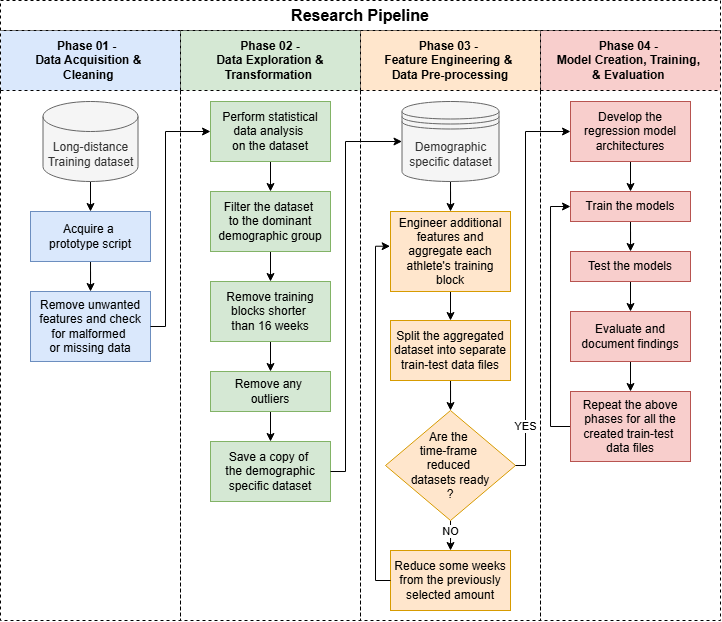
The draw.io diagram doc/milestone_02/reserach_pipeline_milestone_02.png in miguelabela03/RD2_SWD63A_MiguelAbela, before a commit. Source tidied: cells renumbered, new cells last; positions are measured from the earlier drawing's top-left corner, leaving out a move shared by most shapes. Source of this version:
```xml
<mxGraphModel>
  <root>
    <mxCell id="0" />
    <mxCell id="1" parent="0" />
    <mxCell id="2" value="Phase 01 -&amp;nbsp;&amp;nbsp;&lt;div&gt;Data Acquisition &amp;amp;&amp;nbsp;&lt;/div&gt;&lt;div&gt;Cleaning&amp;nbsp;&lt;/div&gt;" style="swimlane;whiteSpace=wrap;html=1;startSize=60;fillColor=#dae8fc;strokeColor=#000000;dashed=1;" parent="1" vertex="1">
      <mxGeometry y="30" width="180" height="590" as="geometry" />
    </mxCell>
    <mxCell id="3" style="edgeStyle=orthogonalEdgeStyle;rounded=0;jettySize=auto;html=1;exitX=0.5;exitY=1;exitDx=0;exitDy=0;exitPerimeter=0;entryX=0.5;entryY=0;entryDx=0;entryDy=0;" parent="2" edge="1" source="4" target="6">
      <mxGeometry relative="1" as="geometry" />
    </mxCell>
    <mxCell id="4" value="Long-distance Training dataset" style="shape=cylinder3;whiteSpace=wrap;html=1;boundedLbl=1;backgroundOutline=1;size=15;fillColor=#f5f5f5;fontColor=#333333;strokeColor=#666666;" parent="2" vertex="1">
      <mxGeometry x="42.5" y="71" width="95" height="80" as="geometry" />
    </mxCell>
    <mxCell id="5" style="edgeStyle=orthogonalEdgeStyle;rounded=0;jettySize=auto;html=1;" parent="2" edge="1" source="6" target="7">
      <mxGeometry relative="1" as="geometry" />
    </mxCell>
    <mxCell id="6" value="Acquire a&amp;nbsp;&lt;div&gt;prototype script&lt;/div&gt;" style="rounded=0;whiteSpace=wrap;html=1;fillColor=#dae8fc;strokeColor=#6c8ebf;" parent="2" vertex="1">
      <mxGeometry x="30" y="181" width="120" height="50" as="geometry" />
    </mxCell>
    <mxCell id="7" value="Remove unwanted features and check for malformed&amp;nbsp;&lt;div&gt;or missing data&lt;/div&gt;" style="rounded=0;whiteSpace=wrap;html=1;fillColor=#dae8fc;strokeColor=#6c8ebf;" parent="2" vertex="1">
      <mxGeometry x="30" y="261" width="120" height="70" as="geometry" />
    </mxCell>
    <mxCell id="8" value="&lt;b&gt;&lt;font style=&quot;font-size: 16px;&quot;&gt;Research Pipeline&lt;/font&gt;&lt;/b&gt;" style="rounded=0;whiteSpace=wrap;html=1;dashed=1;" parent="1" vertex="1">
      <mxGeometry width="720" height="30" as="geometry" />
    </mxCell>
    <mxCell id="9" value="Phase 02 -&lt;div&gt;Data Exploration &amp;amp; Transformation&amp;nbsp;&lt;/div&gt;" style="swimlane;whiteSpace=wrap;html=1;startSize=60;fillColor=#d5e8d4;strokeColor=#000000;dashed=1;" parent="1" vertex="1">
      <mxGeometry x="180" y="30" width="180" height="590" as="geometry" />
    </mxCell>
    <mxCell id="10" style="edgeStyle=orthogonalEdgeStyle;rounded=0;jettySize=auto;html=1;exitX=0.5;exitY=1;exitDx=0;exitDy=0;entryX=0.5;entryY=0;entryDx=0;entryDy=0;" parent="9" edge="1" source="11" target="13">
      <mxGeometry relative="1" as="geometry" />
    </mxCell>
    <mxCell id="11" value="Perform statistical data analysis&amp;nbsp;&lt;div&gt;on the dataset&lt;/div&gt;" style="rounded=0;whiteSpace=wrap;html=1;fillColor=#d5e8d4;strokeColor=#82b366;" parent="9" vertex="1">
      <mxGeometry x="30" y="71" width="120" height="60" as="geometry" />
    </mxCell>
    <mxCell id="12" style="edgeStyle=orthogonalEdgeStyle;rounded=0;jettySize=auto;html=1;exitX=0.5;exitY=1;exitDx=0;exitDy=0;entryX=0.5;entryY=0;entryDx=0;entryDy=0;" parent="9" edge="1" source="13" target="15">
      <mxGeometry relative="1" as="geometry" />
    </mxCell>
    <mxCell id="13" value="Filter the dataset&amp;nbsp;&lt;div&gt;to the dominant demographic group&lt;/div&gt;" style="rounded=0;whiteSpace=wrap;html=1;fillColor=#d5e8d4;strokeColor=#82b366;" parent="9" vertex="1">
      <mxGeometry x="30" y="161" width="120" height="60" as="geometry" />
    </mxCell>
    <mxCell id="14" style="edgeStyle=orthogonalEdgeStyle;rounded=0;jettySize=auto;html=1;exitX=0.5;exitY=1;exitDx=0;exitDy=0;entryX=0.5;entryY=0;entryDx=0;entryDy=0;" parent="9" edge="1" source="15" target="17">
      <mxGeometry relative="1" as="geometry" />
    </mxCell>
    <mxCell id="15" value="Remove training blocks shorter&amp;nbsp;&lt;div&gt;than 16 weeks&lt;/div&gt;" style="rounded=0;whiteSpace=wrap;html=1;fillColor=#d5e8d4;strokeColor=#82b366;" parent="9" vertex="1">
      <mxGeometry x="30" y="251" width="120" height="60" as="geometry" />
    </mxCell>
    <mxCell id="16" style="edgeStyle=orthogonalEdgeStyle;rounded=0;jettySize=auto;html=1;exitX=0.5;exitY=1;exitDx=0;exitDy=0;entryX=0.5;entryY=0;entryDx=0;entryDy=0;" parent="9" edge="1" source="17" target="18">
      <mxGeometry relative="1" as="geometry" />
    </mxCell>
    <mxCell id="17" value="Remove any&amp;nbsp;&lt;div&gt;outliers&lt;/div&gt;" style="rounded=0;whiteSpace=wrap;html=1;fillColor=#d5e8d4;strokeColor=#82b366;" parent="9" vertex="1">
      <mxGeometry x="30" y="341" width="120" height="40" as="geometry" />
    </mxCell>
    <mxCell id="18" value="Save a copy of&amp;nbsp;&lt;div&gt;the demographic specific dataset&lt;/div&gt;" style="rounded=0;whiteSpace=wrap;html=1;fillColor=#d5e8d4;strokeColor=#82b366;" parent="9" vertex="1">
      <mxGeometry x="30" y="411" width="120" height="60" as="geometry" />
    </mxCell>
    <mxCell id="19" value="Phase 03 -&amp;nbsp;&lt;div&gt;Feature Engineering &amp;amp;&amp;nbsp;&lt;/div&gt;&lt;div&gt;Data Pre-processing&lt;/div&gt;" style="swimlane;whiteSpace=wrap;html=1;startSize=60;fillColor=#ffe6cc;strokeColor=#000000;dashed=1;" parent="1" vertex="1">
      <mxGeometry x="360" y="30" width="180" height="590" as="geometry" />
    </mxCell>
    <mxCell id="20" style="edgeStyle=orthogonalEdgeStyle;rounded=0;jettySize=auto;html=1;exitX=0.5;exitY=1;exitDx=0;exitDy=0;entryX=0.5;entryY=0;entryDx=0;entryDy=0;" parent="19" edge="1" source="21" target="23">
      <mxGeometry relative="1" as="geometry" />
    </mxCell>
    <mxCell id="21" value="Engineer&amp;nbsp;&lt;span style=&quot;background-color: transparent; color: light-dark(rgb(0, 0, 0), rgb(255, 255, 255));&quot;&gt;additional features and aggregate&amp;nbsp;&lt;/span&gt;&lt;span style=&quot;background-color: transparent; color: light-dark(rgb(0, 0, 0), rgb(255, 255, 255));&quot;&gt;each athlete's&amp;nbsp;&lt;/span&gt;&lt;span style=&quot;background-color: transparent; color: light-dark(rgb(0, 0, 0), rgb(255, 255, 255));&quot;&gt;training block&lt;/span&gt;" style="rounded=0;whiteSpace=wrap;html=1;fillColor=#ffe6cc;strokeColor=#d79b00;" parent="19" vertex="1">
      <mxGeometry x="30" y="181" width="120" height="80" as="geometry" />
    </mxCell>
    <mxCell id="22" style="edgeStyle=orthogonalEdgeStyle;rounded=0;jettySize=auto;html=1;" parent="19" edge="1" source="23" target="28">
      <mxGeometry relative="1" as="geometry" />
    </mxCell>
    <mxCell id="23" value="Split the aggregated dataset into separate train-test data files" style="rounded=0;whiteSpace=wrap;html=1;fillColor=#ffe6cc;strokeColor=#d79b00;" parent="19" vertex="1">
      <mxGeometry x="30" y="290" width="120" height="60" as="geometry" />
    </mxCell>
    <mxCell id="24" style="edgeStyle=orthogonalEdgeStyle;rounded=0;jettySize=auto;html=1;" parent="19" edge="1" source="25" target="21">
      <mxGeometry relative="1" as="geometry" />
    </mxCell>
    <mxCell id="25" value="Demographic specific dataset" style="shape=datastore;whiteSpace=wrap;html=1;fillColor=#f5f5f5;fontColor=#333333;strokeColor=#666666;" parent="19" vertex="1">
      <mxGeometry x="41.5" y="71" width="97" height="80" as="geometry" />
    </mxCell>
    <mxCell id="26" style="edgeStyle=orthogonalEdgeStyle;rounded=0;jettySize=auto;html=1;" parent="19" edge="1" source="28" target="29">
      <mxGeometry relative="1" as="geometry" />
    </mxCell>
    <mxCell id="27" value="NO" style="edgeLabel;html=1;align=center;verticalAlign=middle;" parent="26" vertex="1">
      <mxGeometry x="-0.55" relative="1" as="geometry" />
    </mxCell>
    <mxCell id="28" value="Are the&amp;nbsp;&lt;div&gt;time-frame&amp;nbsp;&lt;/div&gt;&lt;div&gt;reduced&amp;nbsp;&lt;/div&gt;&lt;div&gt;datasets ready&lt;div&gt;?&lt;/div&gt;&lt;/div&gt;" style="rhombus;whiteSpace=wrap;html=1;fillColor=#ffe6cc;strokeColor=#d79b00;" parent="19" vertex="1">
      <mxGeometry x="25" y="380" width="130" height="110" as="geometry" />
    </mxCell>
    <mxCell id="29" value="Reduce some weeks from the previously selected amount" style="rounded=0;whiteSpace=wrap;html=1;fillColor=#ffe6cc;strokeColor=#d79b00;" parent="19" vertex="1">
      <mxGeometry x="30" y="520" width="120" height="60" as="geometry" />
    </mxCell>
    <mxCell id="30" style="edgeStyle=orthogonalEdgeStyle;rounded=0;jettySize=auto;html=1;entryX=-0.003;entryY=0.434;entryDx=0;entryDy=0;entryPerimeter=0;" parent="19" edge="1" source="29" target="21">
      <mxGeometry relative="1" as="geometry">
        <Array as="points">
          <mxPoint x="15" y="550" />
          <mxPoint x="15" y="216" />
        </Array>
      </mxGeometry>
    </mxCell>
    <mxCell id="31" value="Phase 04 -&amp;nbsp;&lt;div&gt;Model Creation, Training,&amp;nbsp;&lt;/div&gt;&lt;div&gt;&amp;amp; Evaluation&amp;nbsp;&lt;/div&gt;" style="swimlane;whiteSpace=wrap;html=1;startSize=60;fillColor=#f8cecc;strokeColor=#000000;dashed=1;" parent="1" vertex="1">
      <mxGeometry x="540" y="30" width="180" height="590" as="geometry" />
    </mxCell>
    <mxCell id="32" style="edgeStyle=orthogonalEdgeStyle;rounded=0;jettySize=auto;html=1;exitX=0.5;exitY=1;exitDx=0;exitDy=0;entryX=0.5;entryY=0;entryDx=0;entryDy=0;" parent="31" edge="1" source="33" target="35">
      <mxGeometry relative="1" as="geometry" />
    </mxCell>
    <mxCell id="33" value="Develop the regression model architectures" style="rounded=0;whiteSpace=wrap;html=1;fillColor=#f8cecc;strokeColor=#b85450;" parent="31" vertex="1">
      <mxGeometry x="30" y="71" width="120" height="60" as="geometry" />
    </mxCell>
    <mxCell id="34" style="edgeStyle=orthogonalEdgeStyle;rounded=0;jettySize=auto;html=1;exitX=0.5;exitY=1;exitDx=0;exitDy=0;" parent="31" edge="1" source="35" target="37">
      <mxGeometry relative="1" as="geometry" />
    </mxCell>
    <mxCell id="35" value="Train the models" style="rounded=0;whiteSpace=wrap;html=1;fillColor=#f8cecc;strokeColor=#b85450;" parent="31" vertex="1">
      <mxGeometry x="30" y="161" width="120" height="30" as="geometry" />
    </mxCell>
    <mxCell id="36" style="edgeStyle=orthogonalEdgeStyle;rounded=0;jettySize=auto;html=1;exitX=0.5;exitY=1;exitDx=0;exitDy=0;entryX=0.5;entryY=0;entryDx=0;entryDy=0;" parent="31" edge="1" source="37" target="39">
      <mxGeometry relative="1" as="geometry" />
    </mxCell>
    <mxCell id="37" value="Test the models" style="rounded=0;whiteSpace=wrap;html=1;fillColor=#f8cecc;strokeColor=#b85450;" parent="31" vertex="1">
      <mxGeometry x="30" y="221" width="120" height="30" as="geometry" />
    </mxCell>
    <mxCell id="38" style="edgeStyle=orthogonalEdgeStyle;rounded=0;jettySize=auto;html=1;exitX=0.5;exitY=1;exitDx=0;exitDy=0;entryX=0.5;entryY=0;entryDx=0;entryDy=0;" parent="31" edge="1" source="39" target="41">
      <mxGeometry relative="1" as="geometry" />
    </mxCell>
    <mxCell id="39" value="Evaluate and document findings" style="rounded=0;whiteSpace=wrap;html=1;fillColor=#f8cecc;strokeColor=#b85450;" parent="31" vertex="1">
      <mxGeometry x="30" y="281" width="120" height="50" as="geometry" />
    </mxCell>
    <mxCell id="40" style="edgeStyle=orthogonalEdgeStyle;rounded=0;jettySize=auto;html=1;entryX=0;entryY=0.5;entryDx=0;entryDy=0;" parent="31" edge="1" source="41" target="35">
      <mxGeometry relative="1" as="geometry">
        <Array as="points">
          <mxPoint x="10" y="396" />
          <mxPoint x="10" y="176" />
        </Array>
      </mxGeometry>
    </mxCell>
    <mxCell id="41" value="Repeat the above phases for all the created train-test&amp;nbsp;&lt;div&gt;data files&lt;/div&gt;" style="rounded=0;whiteSpace=wrap;html=1;fillColor=#f8cecc;strokeColor=#b85450;" parent="31" vertex="1">
      <mxGeometry x="30" y="361" width="120" height="70" as="geometry" />
    </mxCell>
    <mxCell id="42" style="edgeStyle=orthogonalEdgeStyle;rounded=0;jettySize=auto;html=1;exitX=1;exitY=0.5;exitDx=0;exitDy=0;entryX=0;entryY=0.5;entryDx=0;entryDy=0;" parent="1" edge="1" source="7" target="11">
      <mxGeometry relative="1" as="geometry">
        <Array as="points">
          <mxPoint x="165" y="326" />
          <mxPoint x="165" y="131" />
        </Array>
      </mxGeometry>
    </mxCell>
    <mxCell id="43" style="edgeStyle=orthogonalEdgeStyle;rounded=0;jettySize=auto;html=1;exitX=1;exitY=0.5;exitDx=0;exitDy=0;entryX=0;entryY=0.5;entryDx=0;entryDy=0;" parent="1" edge="1" source="18" target="25">
      <mxGeometry relative="1" as="geometry">
        <Array as="points">
          <mxPoint x="345" y="471" />
          <mxPoint x="345" y="141" />
        </Array>
      </mxGeometry>
    </mxCell>
    <mxCell id="44" style="edgeStyle=orthogonalEdgeStyle;rounded=0;jettySize=auto;html=1;exitX=1;exitY=0.5;exitDx=0;exitDy=0;entryX=0;entryY=0.5;entryDx=0;entryDy=0;" parent="1" edge="1" source="28" target="33">
      <mxGeometry relative="1" as="geometry">
        <Array as="points">
          <mxPoint x="525" y="465" />
          <mxPoint x="525" y="131" />
        </Array>
      </mxGeometry>
    </mxCell>
    <mxCell id="45" value="YES" style="edgeLabel;html=1;align=center;verticalAlign=middle;" parent="44" vertex="1">
      <mxGeometry x="-0.74" relative="1" as="geometry" />
    </mxCell>
  </root>
</mxGraphModel>
```
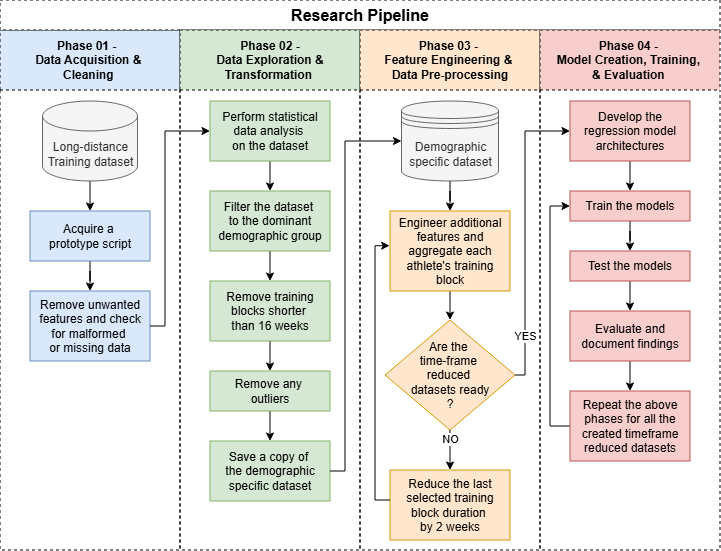
The same file after the commit.

Commit message:
Updated the reserach pipeline and methodology

Change to the diagram source:
```diff
@@ -3,7 +3,7 @@
     <mxCell id="0" />
     <mxCell id="1" parent="0" />
     <mxCell id="2" value="Phase 01 -&amp;nbsp;&amp;nbsp;&lt;div&gt;Data Acquisition &amp;amp;&amp;nbsp;&lt;/div&gt;&lt;div&gt;Cleaning&amp;nbsp;&lt;/div&gt;" style="swimlane;whiteSpace=wrap;html=1;startSize=60;fillColor=#dae8fc;strokeColor=#000000;dashed=1;" parent="1" vertex="1">
-      <mxGeometry y="30" width="180" height="590" as="geometry" />
+      <mxGeometry y="30" width="180" height="520" as="geometry" />
     </mxCell>
     <mxCell id="3" style="edgeStyle=orthogonalEdgeStyle;rounded=0;jettySize=auto;html=1;exitX=0.5;exitY=1;exitDx=0;exitDy=0;exitPerimeter=0;entryX=0.5;entryY=0;entryDx=0;entryDy=0;" parent="2" edge="1" source="4" target="6">
       <mxGeometry relative="1" as="geometry" />
@@ -24,7 +24,7 @@
       <mxGeometry width="720" height="30" as="geometry" />
     </mxCell>
     <mxCell id="9" value="Phase 02 -&lt;div&gt;Data Exploration &amp;amp; Transformation&amp;nbsp;&lt;/div&gt;" style="swimlane;whiteSpace=wrap;html=1;startSize=60;fillColor=#d5e8d4;strokeColor=#000000;dashed=1;" parent="1" vertex="1">
-      <mxGeometry x="180" y="30" width="180" height="590" as="geometry" />
+      <mxGeometry x="180" y="30" width="180" height="520" as="geometry" />
     </mxCell>
     <mxCell id="10" style="edgeStyle=orthogonalEdgeStyle;rounded=0;jettySize=auto;html=1;exitX=0.5;exitY=1;exitDx=0;exitDy=0;entryX=0.5;entryY=0;entryDx=0;entryDy=0;" parent="9" edge="1" source="11" target="13">
       <mxGeometry relative="1" as="geometry" />
@@ -54,20 +54,16 @@
       <mxGeometry x="30" y="411" width="120" height="60" as="geometry" />
     </mxCell>
     <mxCell id="19" value="Phase 03 -&amp;nbsp;&lt;div&gt;Feature Engineering &amp;amp;&amp;nbsp;&lt;/div&gt;&lt;div&gt;Data Pre-processing&lt;/div&gt;" style="swimlane;whiteSpace=wrap;html=1;startSize=60;fillColor=#ffe6cc;strokeColor=#000000;dashed=1;" parent="1" vertex="1">
-      <mxGeometry x="360" y="30" width="180" height="590" as="geometry" />
+      <mxGeometry x="360" y="30" width="180" height="520" as="geometry" />
     </mxCell>
-    <mxCell id="20" style="edgeStyle=orthogonalEdgeStyle;rounded=0;jettySize=auto;html=1;exitX=0.5;exitY=1;exitDx=0;exitDy=0;entryX=0.5;entryY=0;entryDx=0;entryDy=0;" parent="19" edge="1" source="21" target="23">
-      <mxGeometry relative="1" as="geometry" />
+    <mxCell id="20" style="edgeStyle=orthogonalEdgeStyle;rounded=0;jettySize=auto;html=1;exitX=0.5;exitY=1;exitDx=0;exitDy=0;entryX=0.5;entryY=0;entryDx=0;entryDy=0;" parent="19" edge="1" source="21">
+      <mxGeometry relative="1" as="geometry">
+        <mxPoint x="90" y="290" as="targetPoint" />
+      </mxGeometry>
     </mxCell>
     <mxCell id="21" value="Engineer&amp;nbsp;&lt;span style=&quot;background-color: transparent; color: light-dark(rgb(0, 0, 0), rgb(255, 255, 255));&quot;&gt;additional features and aggregate&amp;nbsp;&lt;/span&gt;&lt;span style=&quot;background-color: transparent; color: light-dark(rgb(0, 0, 0), rgb(255, 255, 255));&quot;&gt;each athlete's&amp;nbsp;&lt;/span&gt;&lt;span style=&quot;background-color: transparent; color: light-dark(rgb(0, 0, 0), rgb(255, 255, 255));&quot;&gt;training block&lt;/span&gt;" style="rounded=0;whiteSpace=wrap;html=1;fillColor=#ffe6cc;strokeColor=#d79b00;" parent="19" vertex="1">
       <mxGeometry x="30" y="181" width="120" height="80" as="geometry" />
     </mxCell>
-    <mxCell id="22" style="edgeStyle=orthogonalEdgeStyle;rounded=0;jettySize=auto;html=1;" parent="19" edge="1" source="23" target="28">
-      <mxGeometry relative="1" as="geometry" />
-    </mxCell>
-    <mxCell id="23" value="Split the aggregated dataset into separate train-test data files" style="rounded=0;whiteSpace=wrap;html=1;fillColor=#ffe6cc;strokeColor=#d79b00;" parent="19" vertex="1">
-      <mxGeometry x="30" y="290" width="120" height="60" as="geometry" />
-    </mxCell>
     <mxCell id="24" style="edgeStyle=orthogonalEdgeStyle;rounded=0;jettySize=auto;html=1;" parent="19" edge="1" source="25" target="21">
       <mxGeometry relative="1" as="geometry" />
     </mxCell>
@@ -81,21 +77,21 @@
       <mxGeometry x="-0.55" relative="1" as="geometry" />
     </mxCell>
     <mxCell id="28" value="Are the&amp;nbsp;&lt;div&gt;time-frame&amp;nbsp;&lt;/div&gt;&lt;div&gt;reduced&amp;nbsp;&lt;/div&gt;&lt;div&gt;datasets ready&lt;div&gt;?&lt;/div&gt;&lt;/div&gt;" style="rhombus;whiteSpace=wrap;html=1;fillColor=#ffe6cc;strokeColor=#d79b00;" parent="19" vertex="1">
-      <mxGeometry x="25" y="380" width="130" height="110" as="geometry" />
+      <mxGeometry x="25" y="290" width="130" height="110" as="geometry" />
     </mxCell>
-    <mxCell id="29" value="Reduce some weeks from the previously selected amount" style="rounded=0;whiteSpace=wrap;html=1;fillColor=#ffe6cc;strokeColor=#d79b00;" parent="19" vertex="1">
-      <mxGeometry x="30" y="520" width="120" height="60" as="geometry" />
+    <mxCell id="29" value="Reduce the last selected training block duration&amp;nbsp;&lt;div&gt;by 2 weeks&lt;/div&gt;" style="rounded=0;whiteSpace=wrap;html=1;fillColor=#ffe6cc;strokeColor=#d79b00;" parent="19" vertex="1">
+      <mxGeometry x="30" y="440" width="120" height="70" as="geometry" />
     </mxCell>
     <mxCell id="30" style="edgeStyle=orthogonalEdgeStyle;rounded=0;jettySize=auto;html=1;entryX=-0.003;entryY=0.434;entryDx=0;entryDy=0;entryPerimeter=0;" parent="19" edge="1" source="29" target="21">
       <mxGeometry relative="1" as="geometry">
         <Array as="points">
-          <mxPoint x="15" y="550" />
+          <mxPoint x="15" y="470" />
           <mxPoint x="15" y="216" />
         </Array>
       </mxGeometry>
     </mxCell>
     <mxCell id="31" value="Phase 04 -&amp;nbsp;&lt;div&gt;Model Creation, Training,&amp;nbsp;&lt;/div&gt;&lt;div&gt;&amp;amp; Evaluation&amp;nbsp;&lt;/div&gt;" style="swimlane;whiteSpace=wrap;html=1;startSize=60;fillColor=#f8cecc;strokeColor=#000000;dashed=1;" parent="1" vertex="1">
-      <mxGeometry x="540" y="30" width="180" height="590" as="geometry" />
+      <mxGeometry x="540" y="30" width="180" height="520" as="geometry" />
     </mxCell>
     <mxCell id="32" style="edgeStyle=orthogonalEdgeStyle;rounded=0;jettySize=auto;html=1;exitX=0.5;exitY=1;exitDx=0;exitDy=0;entryX=0.5;entryY=0;entryDx=0;entryDy=0;" parent="31" edge="1" source="33" target="35">
       <mxGeometry relative="1" as="geometry" />
@@ -129,7 +125,7 @@
         </Array>
       </mxGeometry>
     </mxCell>
-    <mxCell id="41" value="Repeat the above phases for all the created train-test&amp;nbsp;&lt;div&gt;data files&lt;/div&gt;" style="rounded=0;whiteSpace=wrap;html=1;fillColor=#f8cecc;strokeColor=#b85450;" parent="31" vertex="1">
+    <mxCell id="41" value="Repeat the above phases for all the created timeframe reduced datasets" style="rounded=0;whiteSpace=wrap;html=1;fillColor=#f8cecc;strokeColor=#b85450;" parent="31" vertex="1">
       <mxGeometry x="30" y="361" width="120" height="70" as="geometry" />
     </mxCell>
     <mxCell id="42" style="edgeStyle=orthogonalEdgeStyle;rounded=0;jettySize=auto;html=1;exitX=1;exitY=0.5;exitDx=0;exitDy=0;entryX=0;entryY=0.5;entryDx=0;entryDy=0;" parent="1" edge="1" source="7" target="11">
@@ -151,13 +147,15 @@
     <mxCell id="44" style="edgeStyle=orthogonalEdgeStyle;rounded=0;jettySize=auto;html=1;exitX=1;exitY=0.5;exitDx=0;exitDy=0;entryX=0;entryY=0.5;entryDx=0;entryDy=0;" parent="1" edge="1" source="28" target="33">
       <mxGeometry relative="1" as="geometry">
         <Array as="points">
-          <mxPoint x="525" y="465" />
+          <mxPoint x="525" y="375" />
           <mxPoint x="525" y="131" />
         </Array>
       </mxGeometry>
     </mxCell>
     <mxCell id="45" value="YES" style="edgeLabel;html=1;align=center;verticalAlign=middle;" parent="44" vertex="1">
-      <mxGeometry x="-0.74" relative="1" as="geometry" />
+      <mxGeometry x="-0.74" relative="1" as="geometry">
+        <mxPoint y="-11" as="offset" />
+      </mxGeometry>
     </mxCell>
   </root>
 </mxGraphModel>
```
